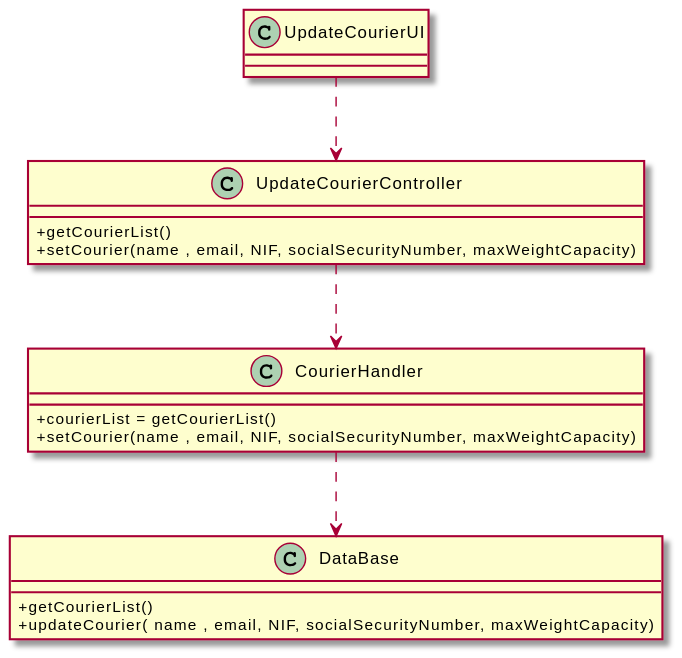
Earlier version of the PlantUML export Documents/UC5/UC5_CD.svg (1190452/LAPR3).
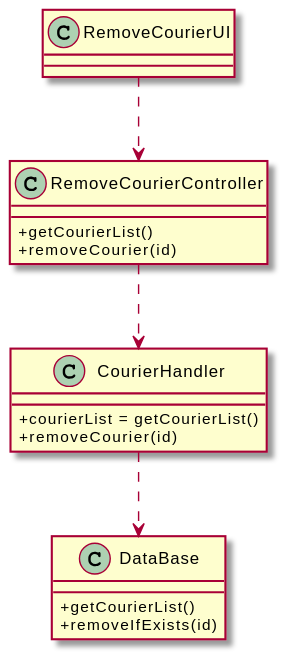
Later version of the same file.

Change to the diagram source:
```diff
@@ -4,28 +4,28 @@
 
 
 
-class UpdateCourierController {
+class RemoveCourierController {
   +getCourierList()
-  +setCourier(name , email, NIF, socialSecurityNumber, maxWeightCapacity)
+  +removeCourier(id)
 }
 
-class UpdateCourierUI {
+class RemoveCourierUI {
 }
 
 class CourierHandler{
     +courierList = getCourierList()
-    +setCourier(name , email, NIF, socialSecurityNumber, maxWeightCapacity)
+    +removeCourier(id)
 }
 
 class DataBase{
     +getCourierList()
-    +updateCourier( name , email, NIF, socialSecurityNumber, maxWeightCapacity)
+    +removeIfExists(id)
 }
 
 
 
 
-UpdateCourierUI ..> UpdateCourierController
-UpdateCourierController ..> CourierHandler
+RemoveCourierUI ..> RemoveCourierController
+RemoveCourierController ..> CourierHandler
 CourierHandler ..> DataBase
 @enduml
```
